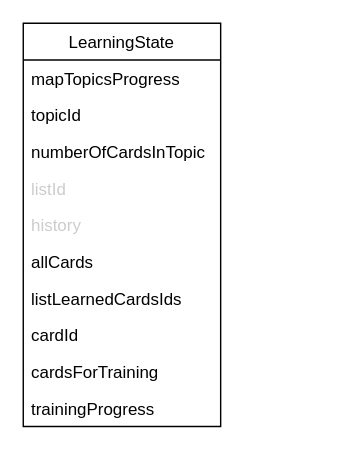
Earlier version of the draw.io diagram Untitled Diagram.drawio (soldakova-t/linguacards_flutter). Source tidied: cells renumbered, new cells numbered last; positions are measured from the earlier drawing's top-left corner, leaving out a move shared by most shapes. Both pictures are drawn from the tidied source at 141%, with x=0, y=0 at pixel (23, 23).
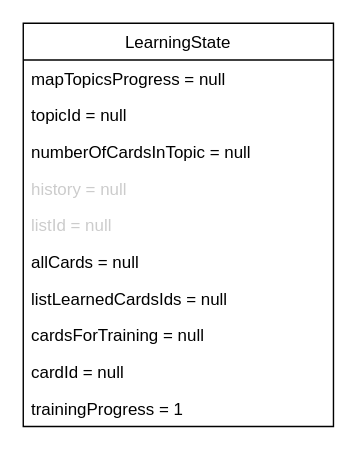
The same page after the edit.

What changed in the source:
```diff
@@
 <mxGraphModel>
   <root>
     <mxCell id="0" />
     <mxCell id="1" parent="0" />
     <mxCell id="2" value="LearningState" style="swimlane;fontStyle=0;horizontal=1;startSize=26;" parent="1" vertex="1">
-      <mxGeometry width="140" height="286" as="geometry" />
+      <mxGeometry width="220" height="286" as="geometry" />
     </mxCell>
-    <mxCell id="3" value="mapTopicsProgress" style="text;strokeColor=none;fillColor=none;align=left;verticalAlign=top;spacingLeft=4;spacingRight=4;overflow=hidden;fontColor=#000000;" parent="2" vertex="1">
-      <mxGeometry y="26" width="140" height="26" as="geometry" />
+    <mxCell id="3" value="mapTopicsProgress = null" style="text;strokeColor=none;fillColor=none;align=left;verticalAlign=top;spacingLeft=4;spacingRight=4;overflow=hidden;fontColor=#000000;" parent="2" vertex="1">
+      <mxGeometry y="26" width="220" height="26" as="geometry" />
     </mxCell>
-    <mxCell id="4" value="topicId" style="text;strokeColor=none;fillColor=none;align=left;verticalAlign=top;spacingLeft=4;spacingRight=4;overflow=hidden;" parent="2" vertex="1">
-      <mxGeometry y="52" width="140" height="26" as="geometry" />
+    <mxCell id="4" value="topicId = null" style="text;strokeColor=none;fillColor=none;align=left;verticalAlign=top;spacingLeft=4;spacingRight=4;overflow=hidden;" parent="2" vertex="1">
+      <mxGeometry y="52" width="220" height="26" as="geometry" />
     </mxCell>
-    <mxCell id="5" value="numberOfCardsInTopic" style="text;strokeColor=none;fillColor=none;align=left;verticalAlign=top;spacingLeft=4;spacingRight=4;overflow=hidden;" parent="2" vertex="1">
-      <mxGeometry y="78" width="140" height="26" as="geometry" />
+    <mxCell id="5" value="numberOfCardsInTopic = null" style="text;strokeColor=none;fillColor=none;align=left;verticalAlign=top;spacingLeft=4;spacingRight=4;overflow=hidden;" parent="2" vertex="1">
+      <mxGeometry y="78" width="220" height="26" as="geometry" />
     </mxCell>
+    <mxCell id="7" value="history = null" style="text;strokeColor=none;fillColor=none;align=left;verticalAlign=top;spacingLeft=4;spacingRight=4;overflow=hidden;fontColor=#CCCCCC;" parent="2" vertex="1">
+      <mxGeometry y="104" width="220" height="26" as="geometry" />
+    </mxCell>
-    <mxCell id="6" value="listId" style="text;strokeColor=none;fillColor=none;align=left;verticalAlign=top;spacingLeft=4;spacingRight=4;overflow=hidden;fontColor=#CCCCCC;" parent="2" vertex="1">
-      <mxGeometry y="104" width="140" height="26" as="geometry" />
+    <mxCell id="6" value="listId = null" style="text;strokeColor=none;fillColor=none;align=left;verticalAlign=top;spacingLeft=4;spacingRight=4;overflow=hidden;fontColor=#CCCCCC;" parent="2" vertex="1">
+      <mxGeometry y="130" width="220" height="26" as="geometry" />
     </mxCell>
-    <mxCell id="7" value="history" style="text;strokeColor=none;fillColor=none;align=left;verticalAlign=top;spacingLeft=4;spacingRight=4;overflow=hidden;fontColor=#CCCCCC;" parent="2" vertex="1">
-      <mxGeometry y="130" width="140" height="26" as="geometry" />
-    </mxCell>
-    <mxCell id="8" value="allCards" style="text;strokeColor=none;fillColor=none;align=left;verticalAlign=top;spacingLeft=4;spacingRight=4;overflow=hidden;" parent="2" vertex="1">
-      <mxGeometry y="156" width="140" height="26" as="geometry" />
+    <mxCell id="8" value="allCards = null" style="text;strokeColor=none;fillColor=none;align=left;verticalAlign=top;spacingLeft=4;spacingRight=4;overflow=hidden;" parent="2" vertex="1">
+      <mxGeometry y="156" width="220" height="26" as="geometry" />
     </mxCell>
-    <mxCell id="9" value="listLearnedCardsIds" style="text;strokeColor=none;fillColor=none;align=left;verticalAlign=top;spacingLeft=4;spacingRight=4;overflow=hidden;" parent="2" vertex="1">
-      <mxGeometry y="182" width="140" height="26" as="geometry" />
+    <mxCell id="9" value="listLearnedCardsIds = null" style="text;strokeColor=none;fillColor=none;align=left;verticalAlign=top;spacingLeft=4;spacingRight=4;overflow=hidden;" parent="2" vertex="1">
+      <mxGeometry y="182" width="220" height="26" as="geometry" />
     </mxCell>
+    <mxCell id="11" value="cardsForTraining = null" style="text;strokeColor=none;fillColor=none;align=left;verticalAlign=top;spacingLeft=4;spacingRight=4;overflow=hidden;" parent="2" vertex="1">
+      <mxGeometry y="208" width="220" height="26" as="geometry" />
+    </mxCell>
-    <mxCell id="10" value="cardId" style="text;strokeColor=none;fillColor=none;align=left;verticalAlign=top;spacingLeft=4;spacingRight=4;overflow=hidden;" parent="2" vertex="1">
-      <mxGeometry y="208" width="140" height="26" as="geometry" />
+    <mxCell id="10" value="cardId = null" style="text;strokeColor=none;fillColor=none;align=left;verticalAlign=top;spacingLeft=4;spacingRight=4;overflow=hidden;" parent="2" vertex="1">
+      <mxGeometry y="234" width="220" height="26" as="geometry" />
     </mxCell>
-    <mxCell id="11" value="cardsForTraining" style="text;strokeColor=none;fillColor=none;align=left;verticalAlign=top;spacingLeft=4;spacingRight=4;overflow=hidden;" parent="2" vertex="1">
-      <mxGeometry y="234" width="140" height="26" as="geometry" />
-    </mxCell>
-    <mxCell id="12" value="trainingProgress" style="text;strokeColor=none;fillColor=none;align=left;verticalAlign=top;spacingLeft=4;spacingRight=4;overflow=hidden;" parent="2" vertex="1">
-      <mxGeometry y="260" width="140" height="26" as="geometry" />
+    <mxCell id="12" value="trainingProgress = 1" style="text;strokeColor=none;fillColor=none;align=left;verticalAlign=top;spacingLeft=4;spacingRight=4;overflow=hidden;" parent="2" vertex="1">
+      <mxGeometry y="260" width="220" height="26" as="geometry" />
     </mxCell>
   </root>
 </mxGraphModel>
```
